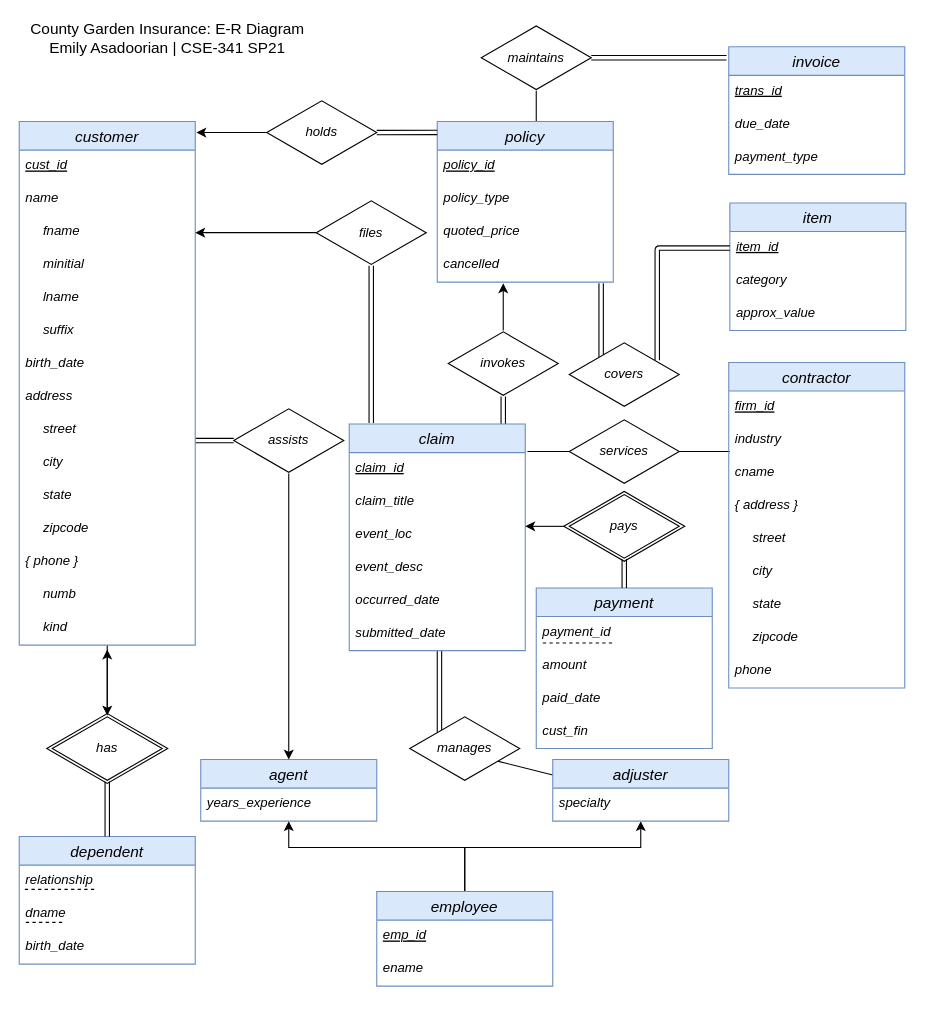
The draw.io diagram ER_Diagram/DrawIO/Asadoorian_ERD.drawio in ema323-lehigh/county-garden, before the edit. Source tidied: cells renumbered, new cells numbered last; positions are measured from the earlier drawing's top-left corner, leaving out a move shared by most shapes. Both pictures are drawn from the tidied source at 110%, with x=0, y=0 at pixel (19, 24).
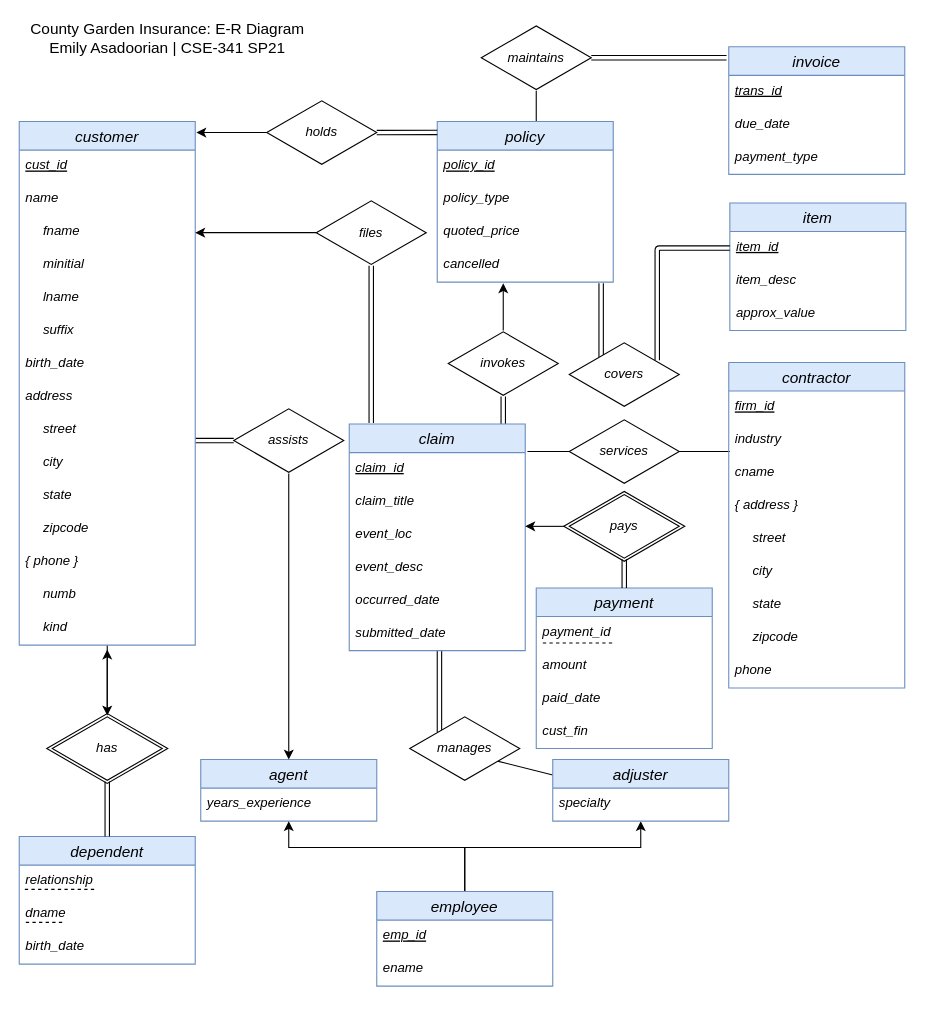
The same diagram, later.

The change refers to these unchanged cells:
```xml
<mxCell id="87" value="item" style="swimlane;fontStyle=2;horizontal=1;startSize=26;align=center;fontSize=14;fillColor=#dae8fc;strokeColor=#6c8ebf;" parent="1" vertex="1">
  <mxGeometry x="646" y="162" width="160" height="116" as="geometry" />
</mxCell>
```

What changed in the source:
```diff
@@
-    <mxCell id="89" value="category" style="text;strokeColor=none;fillColor=none;spacingLeft=4;spacingRight=4;overflow=hidden;fontSize=12;fontStyle=2;" parent="87" vertex="1">
+    <mxCell id="89" value="item_desc" style="text;strokeColor=none;fillColor=none;spacingLeft=4;spacingRight=4;overflow=hidden;fontSize=12;fontStyle=2;" parent="87" vertex="1">
       <mxGeometry y="56" width="160" height="30" as="geometry" />
     </mxCell>
```
